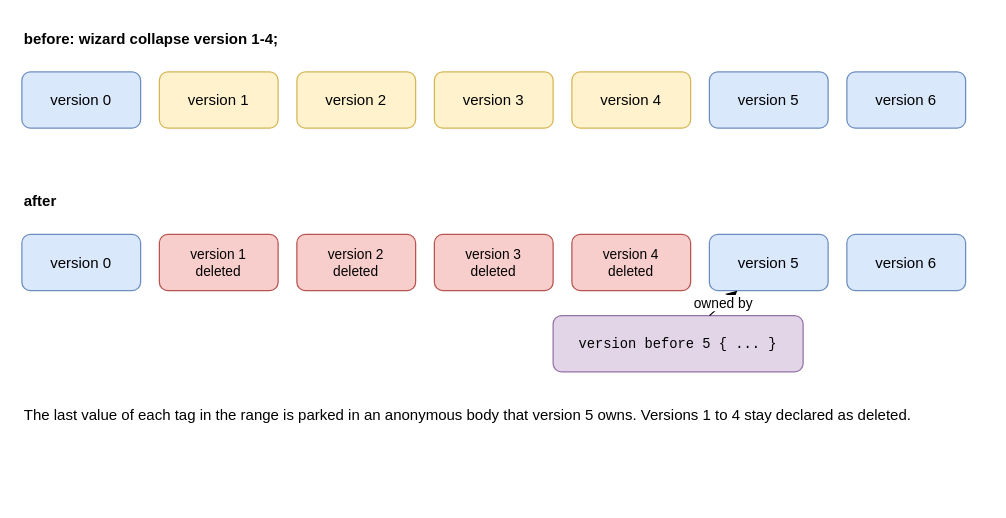
This is drawio/25_collapse.drawio from goloveshin/galimatron_doc, a draw.io file, before an edit. Source tidied: cells renumbered, new cells numbered last; positions are measured from the earlier drawing's top-left corner, leaving out a move shared by most shapes. Both pictures are drawn from the tidied source at 125%, with x=0, y=0 at pixel (21, 21).
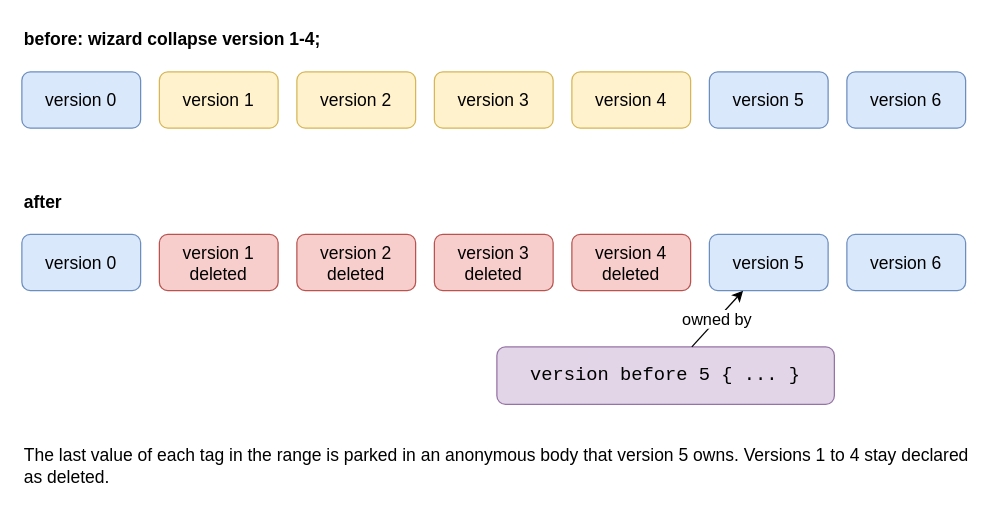
The same page after the edit.

The edit, as a diff of the source:
```diff
@@
-    <mxCell id="2" value="before:  wizard collapse version 1-4;" style="text;html=1;whiteSpace=wrap;verticalAlign=middle;align=left;fontStyle=1;" parent="1" vertex="1">
+    <mxCell id="2" value="before:  wizard collapse version 1-4;" style="text;html=1;whiteSpace=wrap;verticalAlign=middle;align=left;fontStyle=1;fontSize=14;" parent="1" vertex="1">
       <mxGeometry width="500" height="28" as="geometry" />
     </mxCell>
-    <mxCell id="3" value="version 0" style="rounded=1;whiteSpace=wrap;html=1;fillColor=#dae8fc;strokeColor=#6c8ebf;" parent="1" vertex="1">
+    <mxCell id="3" value="version 0" style="rounded=1;whiteSpace=wrap;html=1;fillColor=#dae8fc;strokeColor=#6c8ebf;fontSize=14;" parent="1" vertex="1">
       <mxGeometry y="40" width="95" height="45" as="geometry" />
     </mxCell>
-    <mxCell id="4" value="version 1" style="rounded=1;whiteSpace=wrap;html=1;fillColor=#fff2cc;strokeColor=#d6b656;" parent="1" vertex="1">
+    <mxCell id="4" value="version 1" style="rounded=1;whiteSpace=wrap;html=1;fillColor=#fff2cc;strokeColor=#d6b656;fontSize=14;" parent="1" vertex="1">
       <mxGeometry x="110" y="40" width="95" height="45" as="geometry" />
     </mxCell>
-    <mxCell id="5" value="version 2" style="rounded=1;whiteSpace=wrap;html=1;fillColor=#fff2cc;strokeColor=#d6b656;" parent="1" vertex="1">
+    <mxCell id="5" value="version 2" style="rounded=1;whiteSpace=wrap;html=1;fillColor=#fff2cc;strokeColor=#d6b656;fontSize=14;" parent="1" vertex="1">
       <mxGeometry x="220" y="40" width="95" height="45" as="geometry" />
     </mxCell>
-    <mxCell id="6" value="version 3" style="rounded=1;whiteSpace=wrap;html=1;fillColor=#fff2cc;strokeColor=#d6b656;" parent="1" vertex="1">
+    <mxCell id="6" value="version 3" style="rounded=1;whiteSpace=wrap;html=1;fillColor=#fff2cc;strokeColor=#d6b656;fontSize=14;" parent="1" vertex="1">
       <mxGeometry x="330" y="40" width="95" height="45" as="geometry" />
     </mxCell>
-    <mxCell id="7" value="version 4" style="rounded=1;whiteSpace=wrap;html=1;fillColor=#fff2cc;strokeColor=#d6b656;" parent="1" vertex="1">
+    <mxCell id="7" value="version 4" style="rounded=1;whiteSpace=wrap;html=1;fillColor=#fff2cc;strokeColor=#d6b656;fontSize=14;" parent="1" vertex="1">
       <mxGeometry x="440" y="40" width="95" height="45" as="geometry" />
     </mxCell>
-    <mxCell id="8" value="version 5" style="rounded=1;whiteSpace=wrap;html=1;fillColor=#dae8fc;strokeColor=#6c8ebf;" parent="1" vertex="1">
+    <mxCell id="8" value="version 5" style="rounded=1;whiteSpace=wrap;html=1;fillColor=#dae8fc;strokeColor=#6c8ebf;fontSize=14;" parent="1" vertex="1">
       <mxGeometry x="550" y="40" width="95" height="45" as="geometry" />
     </mxCell>
-    <mxCell id="9" value="version 6" style="rounded=1;whiteSpace=wrap;html=1;fillColor=#dae8fc;strokeColor=#6c8ebf;" parent="1" vertex="1">
+    <mxCell id="9" value="version 6" style="rounded=1;whiteSpace=wrap;html=1;fillColor=#dae8fc;strokeColor=#6c8ebf;fontSize=14;" parent="1" vertex="1">
       <mxGeometry x="660" y="40" width="95" height="45" as="geometry" />
     </mxCell>
-    <mxCell id="10" value="after" style="text;html=1;whiteSpace=wrap;verticalAlign=middle;align=left;fontStyle=1;" parent="1" vertex="1">
+    <mxCell id="10" value="after" style="text;html=1;whiteSpace=wrap;verticalAlign=middle;align=left;fontStyle=1;fontSize=14;" parent="1" vertex="1">
       <mxGeometry y="130" width="500" height="28" as="geometry" />
     </mxCell>
-    <mxCell id="11" value="version 0" style="rounded=1;whiteSpace=wrap;html=1;fillColor=#dae8fc;strokeColor=#6c8ebf;" parent="1" vertex="1">
+    <mxCell id="11" value="version 0" style="rounded=1;whiteSpace=wrap;html=1;fillColor=#dae8fc;strokeColor=#6c8ebf;fontSize=14;" parent="1" vertex="1">
       <mxGeometry y="170" width="95" height="45" as="geometry" />
     </mxCell>
-    <mxCell id="12" value="version 1&lt;br&gt;deleted" style="rounded=1;whiteSpace=wrap;html=1;fillColor=#f8cecc;strokeColor=#b85450;fontSize=11;" parent="1" vertex="1">
+    <mxCell id="12" value="version 1&lt;br&gt;deleted" style="rounded=1;whiteSpace=wrap;html=1;fillColor=#f8cecc;strokeColor=#b85450;fontSize=14;" parent="1" vertex="1">
       <mxGeometry x="110" y="170" width="95" height="45" as="geometry" />
     </mxCell>
-    <mxCell id="13" value="version 2&lt;br&gt;deleted" style="rounded=1;whiteSpace=wrap;html=1;fillColor=#f8cecc;strokeColor=#b85450;fontSize=11;" parent="1" vertex="1">
+    <mxCell id="13" value="version 2&lt;br&gt;deleted" style="rounded=1;whiteSpace=wrap;html=1;fillColor=#f8cecc;strokeColor=#b85450;fontSize=14;" parent="1" vertex="1">
       <mxGeometry x="220" y="170" width="95" height="45" as="geometry" />
     </mxCell>
-    <mxCell id="14" value="version 3&lt;br&gt;deleted" style="rounded=1;whiteSpace=wrap;html=1;fillColor=#f8cecc;strokeColor=#b85450;fontSize=11;" parent="1" vertex="1">
+    <mxCell id="14" value="version 3&lt;br&gt;deleted" style="rounded=1;whiteSpace=wrap;html=1;fillColor=#f8cecc;strokeColor=#b85450;fontSize=14;" parent="1" vertex="1">
       <mxGeometry x="330" y="170" width="95" height="45" as="geometry" />
     </mxCell>
-    <mxCell id="15" value="version 4&lt;br&gt;deleted" style="rounded=1;whiteSpace=wrap;html=1;fillColor=#f8cecc;strokeColor=#b85450;fontSize=11;" parent="1" vertex="1">
+    <mxCell id="15" value="version 4&lt;br&gt;deleted" style="rounded=1;whiteSpace=wrap;html=1;fillColor=#f8cecc;strokeColor=#b85450;fontSize=14;" parent="1" vertex="1">
       <mxGeometry x="440" y="170" width="95" height="45" as="geometry" />
     </mxCell>
-    <mxCell id="16" value="version before 5 { ... }" style="rounded=1;whiteSpace=wrap;html=1;fillColor=#e1d5e7;strokeColor=#9673a6;fontFamily=Courier New;fontSize=11;" parent="1" vertex="1">
-      <mxGeometry x="425" y="235" width="200" height="45" as="geometry" />
+    <mxCell id="16" value="version before 5 { ... }" style="rounded=1;whiteSpace=wrap;html=1;fillColor=#e1d5e7;strokeColor=#9673a6;fontFamily=Courier New;fontSize=15;" parent="1" vertex="1">
+      <mxGeometry x="380" y="260" width="270" height="46" as="geometry" />
     </mxCell>
-    <mxCell id="17" value="version 5" style="rounded=1;whiteSpace=wrap;html=1;fillColor=#dae8fc;strokeColor=#6c8ebf;" parent="1" vertex="1">
+    <mxCell id="17" value="version 5" style="rounded=1;whiteSpace=wrap;html=1;fillColor=#dae8fc;strokeColor=#6c8ebf;fontSize=14;" parent="1" vertex="1">
       <mxGeometry x="550" y="170" width="95" height="45" as="geometry" />
     </mxCell>
-    <mxCell id="18" value="version 6" style="rounded=1;whiteSpace=wrap;html=1;fillColor=#dae8fc;strokeColor=#6c8ebf;" parent="1" vertex="1">
+    <mxCell id="18" value="version 6" style="rounded=1;whiteSpace=wrap;html=1;fillColor=#dae8fc;strokeColor=#6c8ebf;fontSize=14;" parent="1" vertex="1">
       <mxGeometry x="660" y="170" width="95" height="45" as="geometry" />
     </mxCell>
-    <mxCell id="19" value="owned by" style="endArrow=classic;html=1;labelBackgroundColor=#ffffff;edgeStyle=none;" parent="1" edge="1" source="16" target="17">
+    <mxCell id="19" value="owned by" style="endArrow=classic;html=1;labelBackgroundColor=#ffffff;edgeStyle=none;fontSize=13;" parent="1" edge="1" source="16" target="17">
       <mxGeometry relative="1" as="geometry" />
     </mxCell>
-    <mxCell id="20" value="The last value of each tag in the range is parked in an anonymous body that version 5 owns. Versions 1 to 4 stay declared as deleted." style="text;html=1;whiteSpace=wrap;verticalAlign=middle;align=left;fontSize=12;" parent="1" vertex="1">
-      <mxGeometry y="295" width="770" height="40" as="geometry" />
+    <mxCell id="20" value="The last value of each tag in the range is parked in an anonymous body that version 5 owns. Versions 1 to 4 stay declared as deleted." style="text;html=1;whiteSpace=wrap;verticalAlign=middle;align=left;fontSize=14;" parent="1" vertex="1">
+      <mxGeometry y="330" width="770" height="50" as="geometry" />
     </mxCell>
```
